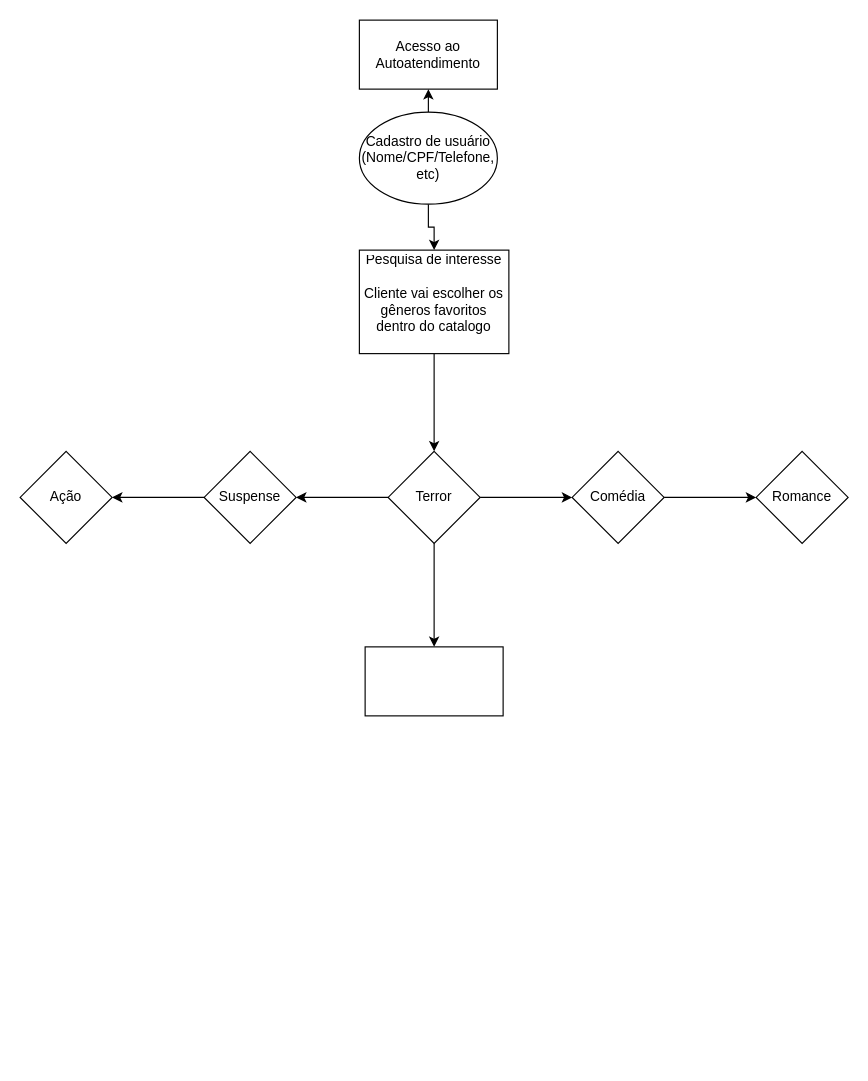
Earlier version of the draw.io diagram Diagrama sem nome.drawio (rafarocko/analise_modelagem_sistemas). Source tidied: cells renumbered, new cells numbered last; positions are measured from the earlier drawing's top-left corner, leaving out a move shared by most shapes. Both pictures are drawn from the tidied source at 115%, with x=0, y=0 at pixel (20, 20).
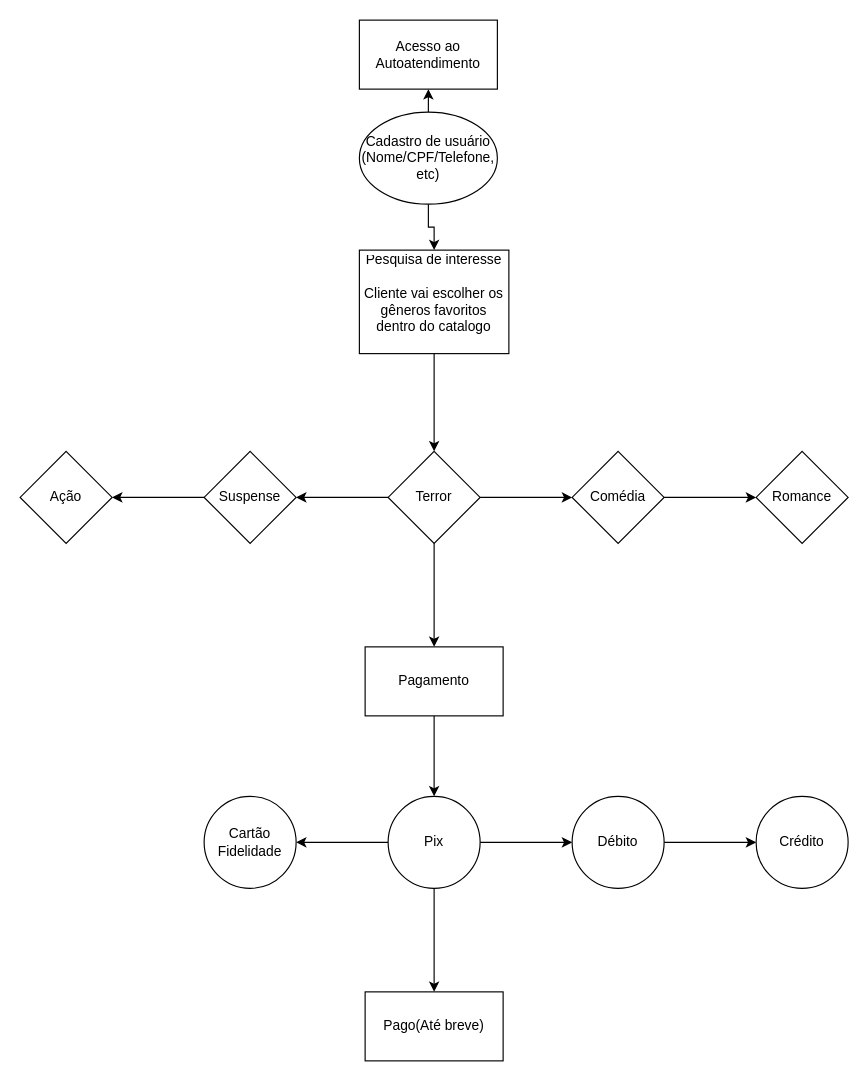
The same diagram, later.

Change to the diagram source:
```diff
@@
+    <mxCell id="19" style="edgeStyle=orthogonalEdgeStyle;rounded=0;jettySize=auto;html=1;" parent="1" edge="1" source="18" target="23">
+      <mxGeometry relative="1" as="geometry" />
+    </mxCell>
-    <mxCell id="18" style="whiteSpace=wrap;html=1;" parent="1" vertex="1">
+    <mxCell id="18" value="Pagamento" style="whiteSpace=wrap;html=1;" parent="1" vertex="1">
       <mxGeometry x="300" y="545" width="120" height="60" as="geometry" />
     </mxCell>
+    <mxCell id="20" style="edgeStyle=orthogonalEdgeStyle;rounded=0;jettySize=auto;html=1;" parent="1" edge="1" source="23" target="25">
+      <mxGeometry relative="1" as="geometry" />
+    </mxCell>
+    <mxCell id="21" style="edgeStyle=orthogonalEdgeStyle;rounded=0;jettySize=auto;html=1;" parent="1" edge="1" source="23" target="27">
+      <mxGeometry relative="1" as="geometry" />
+    </mxCell>
+    <mxCell id="22" style="edgeStyle=orthogonalEdgeStyle;rounded=0;jettySize=auto;html=1;" parent="1" edge="1" source="23" target="28">
+      <mxGeometry relative="1" as="geometry" />
+    </mxCell>
+    <mxCell id="23" value="Pix" style="ellipse;whiteSpace=wrap;html=1;" parent="1" vertex="1">
+      <mxGeometry x="320" y="675" width="80" height="80" as="geometry" />
+    </mxCell>
+    <mxCell id="24" style="edgeStyle=orthogonalEdgeStyle;rounded=0;jettySize=auto;html=1;" parent="1" edge="1" source="25" target="26">
+      <mxGeometry relative="1" as="geometry" />
+    </mxCell>
+    <mxCell id="25" value="Débito" style="ellipse;whiteSpace=wrap;html=1;" parent="1" vertex="1">
+      <mxGeometry x="480" y="675" width="80" height="80" as="geometry" />
+    </mxCell>
+    <mxCell id="26" value="Crédito" style="ellipse;whiteSpace=wrap;html=1;" parent="1" vertex="1">
+      <mxGeometry x="640" y="675" width="80" height="80" as="geometry" />
+    </mxCell>
+    <mxCell id="27" value="Cartão Fidelidade" style="ellipse;whiteSpace=wrap;html=1;" parent="1" vertex="1">
+      <mxGeometry x="160" y="675" width="80" height="80" as="geometry" />
+    </mxCell>
+    <mxCell id="28" value="Pago(Até breve)" style="whiteSpace=wrap;html=1;" parent="1" vertex="1">
+      <mxGeometry x="300" y="845" width="120" height="60" as="geometry" />
+    </mxCell>
```
